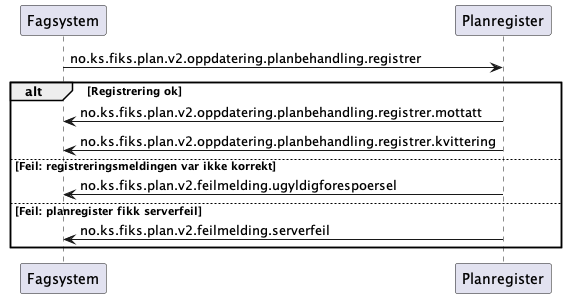
This is Dokumentasjon/V2/SequenceDiagrams/no.ks.fiks.plan.v2.oppdatering.planavgrensning.registrer/sequence-diagram.png from ks-no/fiks-plan-specification, a PlantUML export, as it was before one commit. The source it was exported from:
```plantuml
@startuml

Fagsystem -> Planregister: no.ks.fiks.plan.v2.oppdatering.planbehandling.registrer

alt Registrering ok
Fagsystem <- Planregister: no.ks.fiks.plan.v2.oppdatering.planbehandling.registrer.mottatt
Fagsystem <- Planregister: no.ks.fiks.plan.v2.oppdatering.planbehandling.registrer.kvittering

else Feil: registreringsmeldingen var ikke korrekt
Fagsystem <- Planregister: no.ks.fiks.plan.v2.feilmelding.ugyldigforespoersel

else Feil: planregister fikk serverfeil
Fagsystem <- Planregister: no.ks.fiks.plan.v2.feilmelding.serverfeil

end
@enduml
```
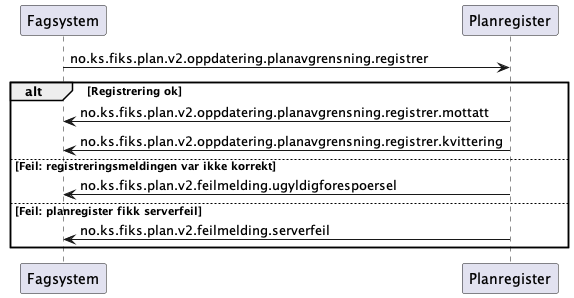
After the commit.

Commit message:
Flere sekvensdiagrammer

The edit, as a diff of the source:
```diff
@@ -1,10 +1,10 @@
 @startuml
 
-Fagsystem -> Planregister: no.ks.fiks.plan.v2.oppdatering.planbehandling.registrer
+Fagsystem -> Planregister: no.ks.fiks.plan.v2.oppdatering.planavgrensning.registrer
 
 alt Registrering ok
-Fagsystem <- Planregister: no.ks.fiks.plan.v2.oppdatering.planbehandling.registrer.mottatt
-Fagsystem <- Planregister: no.ks.fiks.plan.v2.oppdatering.planbehandling.registrer.kvittering
+Fagsystem <- Planregister: no.ks.fiks.plan.v2.oppdatering.planavgrensning.registrer.mottatt
+Fagsystem <- Planregister: no.ks.fiks.plan.v2.oppdatering.planavgrensning.registrer.kvittering
 
 else Feil: registreringsmeldingen var ikke korrekt
 Fagsystem <- Planregister: no.ks.fiks.plan.v2.feilmelding.ugyldigforespoersel
```
